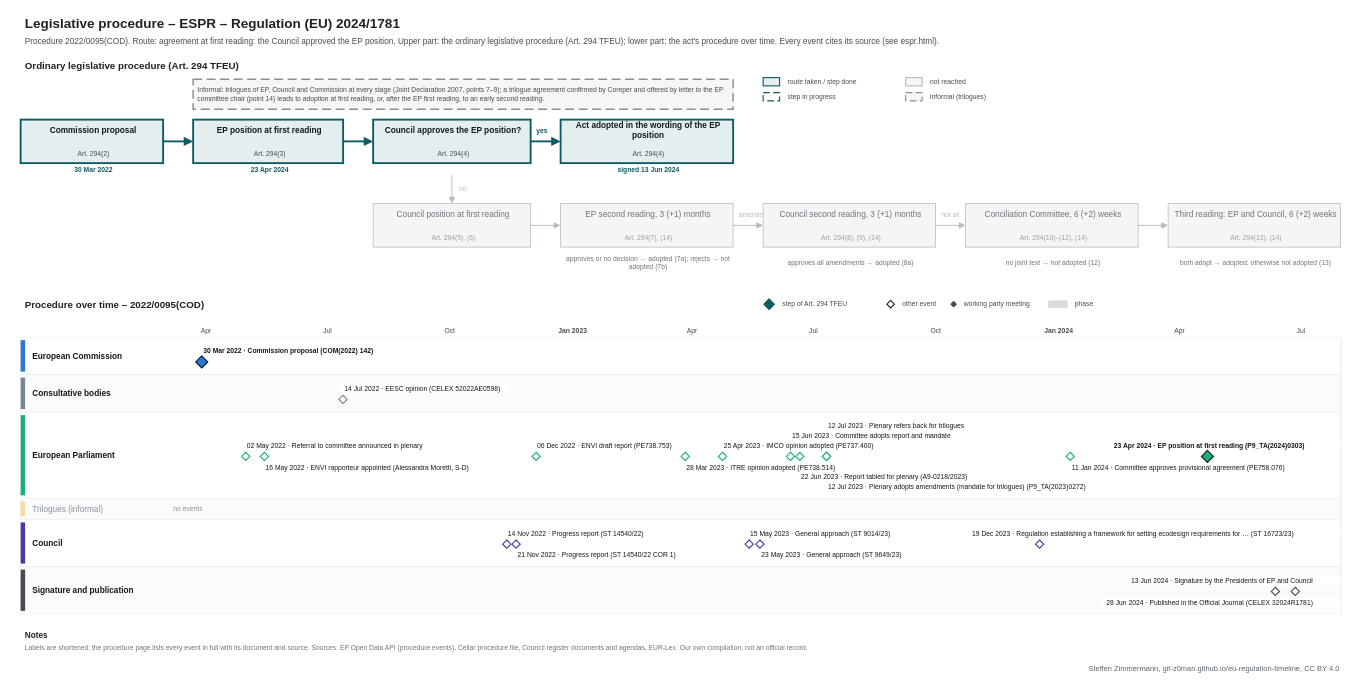
git-z0man/eu-regulation-timeline keeps this draw.io diagram as procedures/espr.drawio. Above is the earlier version. Source tidied: cells renumbered, new cells numbered last; positions are measured from the earlier drawing's top-left corner, leaving out a move shared by most shapes. Both pictures are drawn from the tidied source at 75%, with x=0, y=0 at pixel (13, 13).
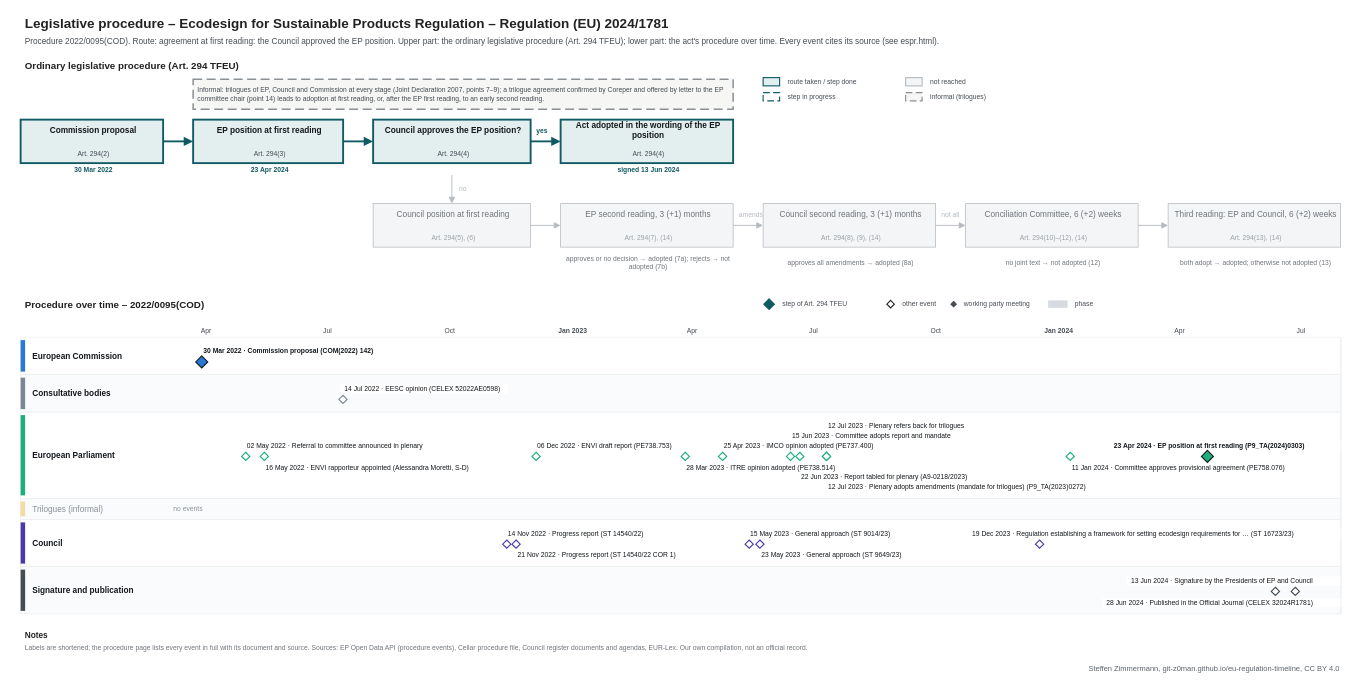
The same diagram, later.

What changed in the source:
```diff
@@
-    <mxCell id="2" value="Legislative procedure – ESPR – Regulation (EU) 2024/1781" style="text;html=1;fontSize=18;fontColor=#222222;align=left;verticalAlign=middle;spacingLeft=4;fontStyle=1;" parent="1" vertex="1">
+    <mxCell id="2" value="Legislative procedure – Ecodesign for Sustainable Products Regulation – Regulation (EU) 2024/1781" style="text;html=1;fontSize=18;fontColor=#222222;align=left;verticalAlign=middle;spacingLeft=4;fontStyle=1;" parent="1" vertex="1">
       <mxGeometry x="10" width="1600" height="28" as="geometry" />
     </mxCell>
```
